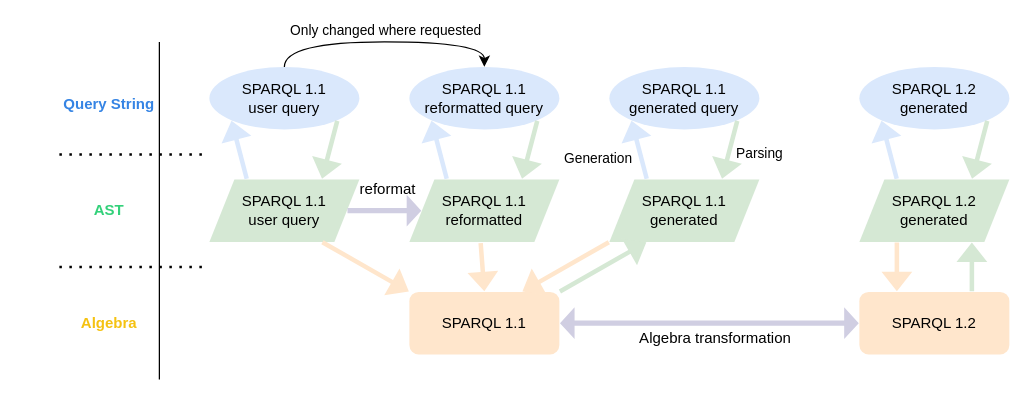
The draw.io diagram page "representations" (1 of 8) of img/traqula.drawio in jitsedesmet/2026-eswc-traqula-slides, before the edit. Source tidied: cells renumbered, new cells numbered last; positions are measured from the earlier drawing's top-left corner, leaving out a move shared by most shapes. Both pictures are drawn from the tidied source at 125%, with x=0, y=0 at pixel (59, 41).
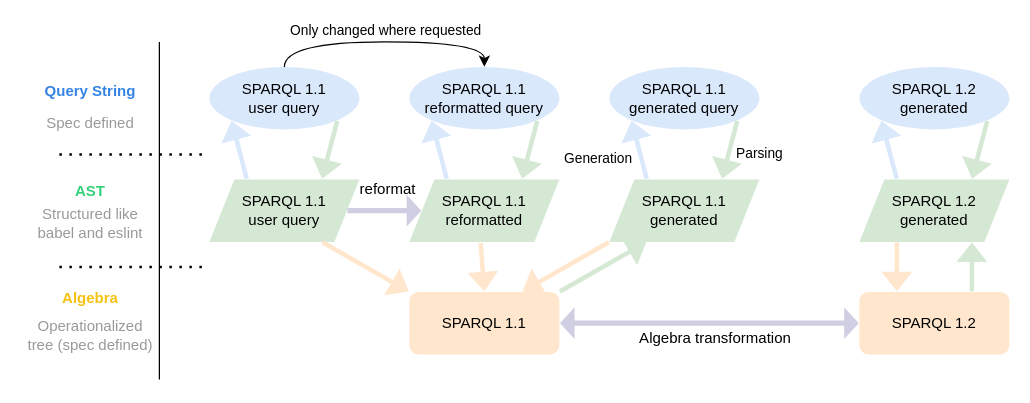
The same page after the edit.

Diff of the diagram source:
```diff
@@
-    <mxCell id="28" value="&lt;b&gt;&lt;span style=&quot;&quot;&gt;Query String&lt;/span&gt;&lt;/b&gt;" style="text;html=1;whiteSpace=wrap;strokeColor=none;fillColor=none;align=center;verticalAlign=middle;rounded=0;fontColor=#3584E4;" parent="1" vertex="1">
-      <mxGeometry y="30" width="80" height="40" as="geometry" />
-    </mxCell>
-    <mxCell id="29" value="&lt;b&gt;&lt;span style=&quot;color: rgb(51, 209, 122);&quot;&gt;AST&lt;/span&gt;&lt;/b&gt;" style="text;html=1;whiteSpace=wrap;strokeColor=none;fillColor=none;align=center;verticalAlign=middle;rounded=0;" parent="1" vertex="1">
-      <mxGeometry y="115" width="80" height="40" as="geometry" />
-    </mxCell>
-    <mxCell id="30" value="&lt;b&gt;Algebra&lt;/b&gt;" style="text;html=1;whiteSpace=wrap;strokeColor=none;fillColor=none;align=center;verticalAlign=middle;rounded=0;fontColor=light-dark(#f5c211, #ededed);" parent="1" vertex="1">
-      <mxGeometry y="210" width="80" height="30" as="geometry" />
-    </mxCell>
@@
+    <mxCell id="40" style="group;" parent="1" vertex="1">
+      <mxGeometry x="-30" y="195" width="110" height="55" as="geometry" />
+    </mxCell>
+    <mxCell id="30" value="&lt;b&gt;Algebra&lt;/b&gt;" style="text;html=1;whiteSpace=wrap;strokeColor=none;fillColor=none;align=center;verticalAlign=middle;rounded=0;fontColor=light-dark(#f5c211, #ededed);" parent="40" vertex="1">
+      <mxGeometry y="-5" width="110" height="30" as="geometry" />
+    </mxCell>
+    <mxCell id="41" value="&lt;font style=&quot;color: rgb(153, 153, 153);&quot;&gt;Operationalized&lt;br&gt;tree (spec defined)&lt;/font&gt;" style="text;html=1;whiteSpace=wrap;strokeColor=none;fillColor=none;align=center;verticalAlign=middle;rounded=0;" parent="40" vertex="1">
+      <mxGeometry y="25" width="110" height="30" as="geometry" />
+    </mxCell>
+    <mxCell id="42" style="group;" parent="1" vertex="1">
+      <mxGeometry x="-30" y="100" width="110" height="63" as="geometry" />
+    </mxCell>
+    <mxCell id="29" value="&lt;b&gt;&lt;span style=&quot;color: rgb(51, 209, 122);&quot;&gt;AST&lt;/span&gt;&lt;/b&gt;" style="text;html=1;whiteSpace=wrap;strokeColor=none;fillColor=none;align=center;verticalAlign=middle;rounded=0;" parent="42" vertex="1">
+      <mxGeometry width="110" height="40" as="geometry" />
+    </mxCell>
+    <mxCell id="43" value="&lt;font style=&quot;color: rgb(153, 153, 153);&quot;&gt;Structured like babel and eslint&lt;/font&gt;" style="text;html=1;whiteSpace=wrap;strokeColor=none;fillColor=none;align=center;verticalAlign=middle;rounded=0;" parent="42" vertex="1">
+      <mxGeometry y="30" width="110" height="30" as="geometry" />
+    </mxCell>
+    <mxCell id="44" style="group;" parent="1" vertex="1">
+      <mxGeometry x="-30" y="25" width="110" height="55" as="geometry" />
+    </mxCell>
+    <mxCell id="28" value="&lt;b&gt;&lt;span style=&quot;&quot;&gt;Query String&lt;/span&gt;&lt;/b&gt;" style="text;html=1;whiteSpace=wrap;strokeColor=none;fillColor=none;align=center;verticalAlign=middle;rounded=0;fontColor=#3584E4;" parent="44" vertex="1">
+      <mxGeometry y="-5" width="110" height="40" as="geometry" />
+    </mxCell>
+    <mxCell id="45" value="&lt;font style=&quot;color: rgb(153, 153, 153);&quot;&gt;Spec defined&lt;/font&gt;" style="text;html=1;whiteSpace=wrap;strokeColor=none;fillColor=none;align=center;verticalAlign=middle;rounded=0;" parent="44" vertex="1">
+      <mxGeometry y="25" width="110" height="30" as="geometry" />
+    </mxCell>
```
